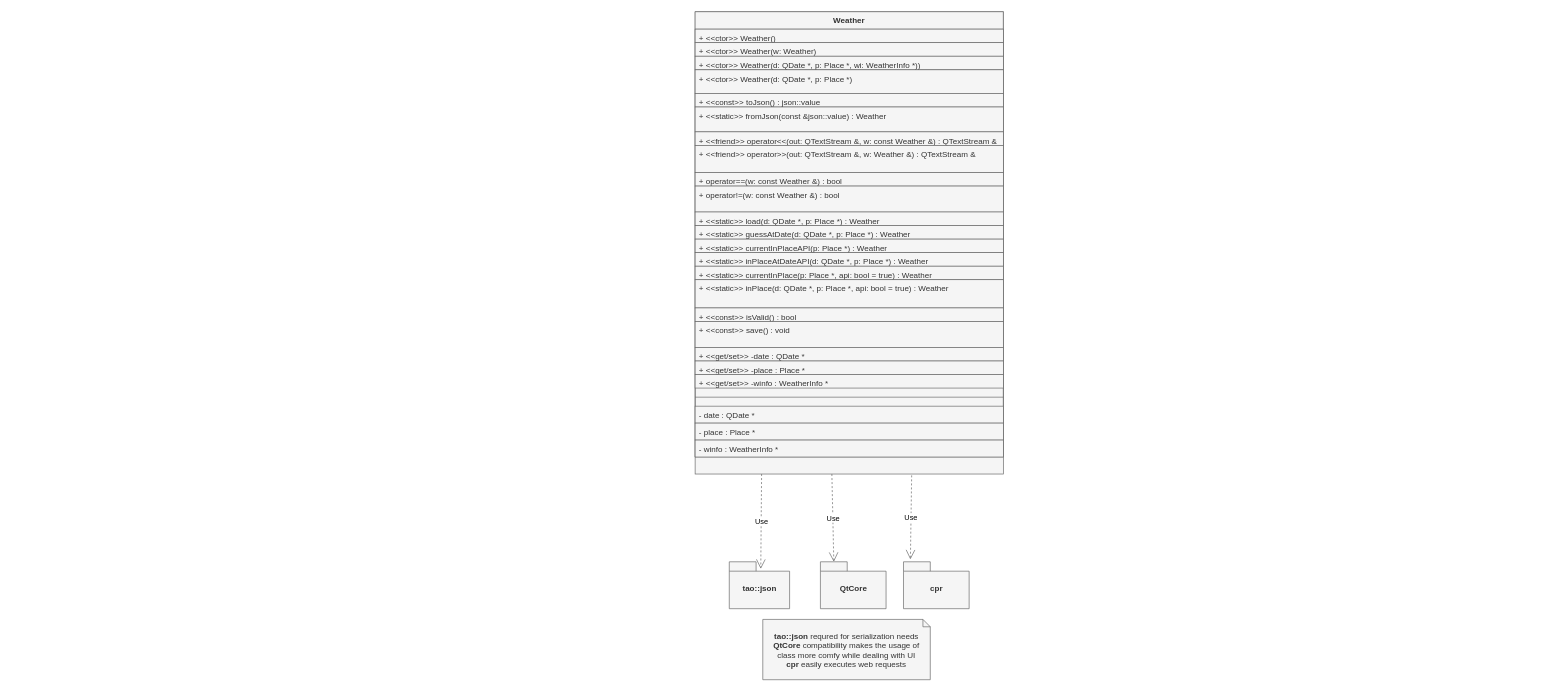
ghadd/WeatherApp keeps this draw.io diagram as uml/class_diagram.drawio. Above is the earlier version. Source tidied: cells renumbered, new cells numbered last; positions are measured from the earlier drawing's top-left corner, leaving out a move shared by most shapes. Both pictures are drawn from the tidied source at 67%, with x=0, y=0 at pixel (695, 11).
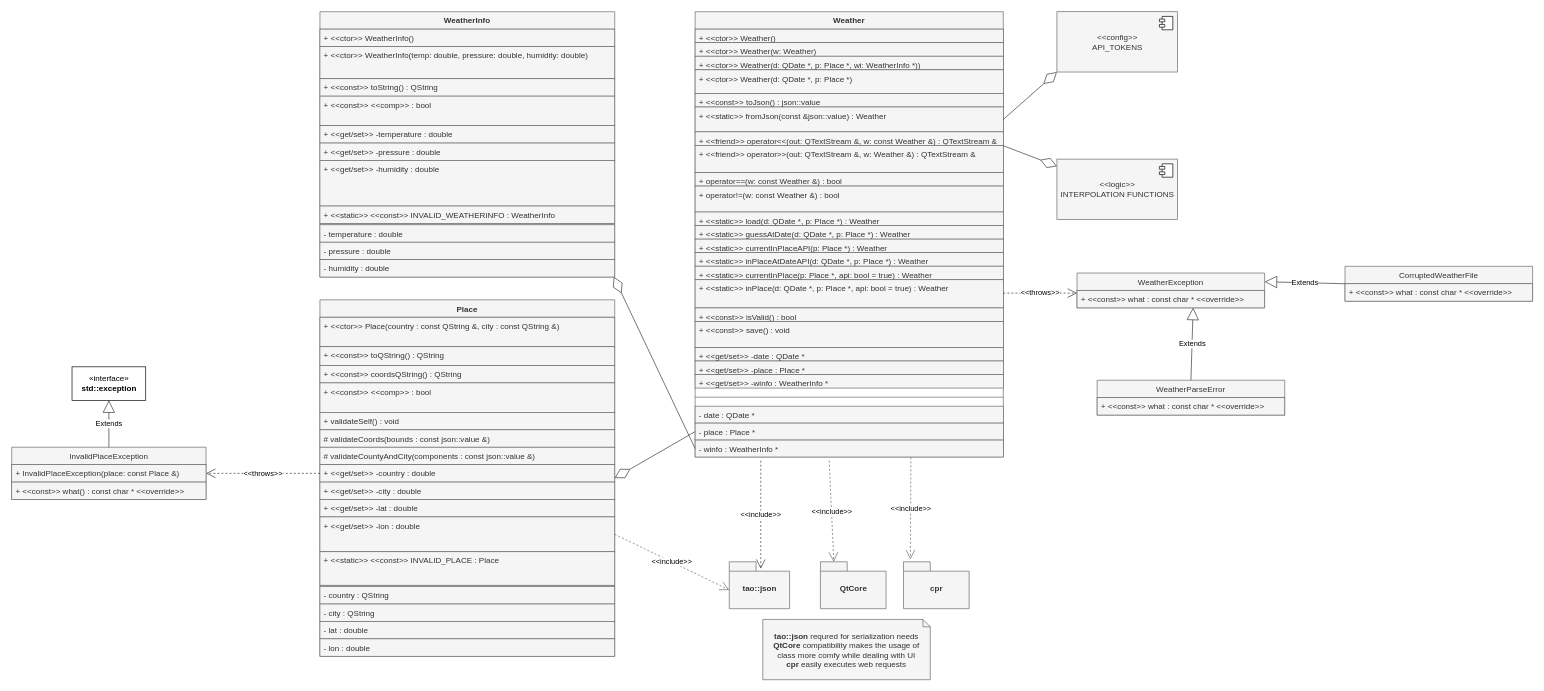
The same page after the edit.

Commit message (it also covers changes not shown here):
Adding custom Exceptions & UML'ing stuff up

Unchanged cells that the change refers to:
```xml
<mxCell id="2" style="group;" parent="1" vertex="1">
  <mxGeometry width="460" height="997" as="geometry" />
</mxCell>
<mxCell id="7" value="cpr" style="shape=folder;fontStyle=1;spacingTop=10;tabWidth=40;tabHeight=14;tabPosition=left;html=1;fillColor=#f5f5f5;strokeColor=#666666;fontColor=#333333;" parent="2" vertex="1">
  <mxGeometry x="311" y="821" width="98" height="70" as="geometry" />
</mxCell>
<mxCell id="8" value="QtCore" style="shape=folder;fontStyle=1;spacingTop=10;tabWidth=40;tabHeight=14;tabPosition=left;html=1;fillColor=#f5f5f5;strokeColor=#666666;fontColor=#333333;" parent="2" vertex="1">
  <mxGeometry x="187" y="821" width="98" height="70" as="geometry" />
</mxCell>
<mxCell id="9" value="tao::json" style="shape=folder;fontStyle=1;spacingTop=10;tabWidth=40;tabHeight=14;tabPosition=left;html=1;fillColor=#f5f5f5;strokeColor=#666666;fontColor=#333333;" parent="2" vertex="1">
  <mxGeometry x="51" y="821" width="90" height="70" as="geometry" />
</mxCell>
<mxCell id="17" value="+ &lt;&lt;static&gt;&gt; fromJson(const &amp;json::value) : Weather" style="text;strokeColor=#666666;fillColor=#f5f5f5;align=left;verticalAlign=top;spacingLeft=4;spacingRight=4;overflow=hidden;points=[[0,0.5],[1,0.5]];portConstraint=eastwest;fontColor=#333333;" parent="11" vertex="1">
  <mxGeometry y="142.2" width="460" height="37.1" as="geometry" />
</mxCell>
<mxCell id="35" value="- place : Place *" style="text;strokeColor=#666666;fillColor=#f5f5f5;align=left;verticalAlign=top;spacingLeft=4;spacingRight=4;overflow=hidden;points=[[0,0.5],[1,0.5]];portConstraint=eastwest;fontColor=#333333;" parent="11" vertex="1">
  <mxGeometry y="614" width="460" height="25.3" as="geometry" />
</mxCell>
<mxCell id="36" value="- winfo : WeatherInfo *" style="text;strokeColor=#666666;fillColor=#f5f5f5;align=left;verticalAlign=top;spacingLeft=4;spacingRight=4;overflow=hidden;points=[[0,0.5],[1,0.5]];portConstraint=eastwest;fontColor=#333333;" parent="11" vertex="1">
  <mxGeometry y="639.3" width="460" height="25.3" as="geometry" />
</mxCell>
```

Change to the diagram source:
```diff
@@
-    <mxCell id="3" style="group;fillColor=#f5f5f5;strokeColor=#666666;fontColor=#333333;" parent="2" vertex="1">
-      <mxGeometry width="460" height="690" as="geometry" />
-    </mxCell>
-    <mxCell id="4" value="Use" style="endArrow=open;endSize=12;dashed=1;html=1;entryX=0.522;entryY=0.15;entryDx=0;entryDy=0;entryPerimeter=0;exitX=0.17;exitY=0.967;exitDx=0;exitDy=0;exitPerimeter=0;fillColor=#f5f5f5;strokeColor=#666666;" parent="2" edge="1" target="9">
-      <mxGeometry relative="1" as="geometry">
-        <mxPoint x="99.2" y="690" as="sourcePoint" />
-      </mxGeometry>
+    <mxCell id="4" value="&amp;lt;&amp;lt;include&amp;gt;&amp;gt;" style="endArrow=open;endSize=12;dashed=1;html=1;entryX=0.522;entryY=0.15;entryDx=0;entryDy=0;entryPerimeter=0;exitX=0.213;exitY=1.216;exitDx=0;exitDy=0;exitPerimeter=0;fillColor=#eeeeee;strokeColor=#36393d;" parent="2" edge="1" source="36" target="9">
+      <mxGeometry relative="1" as="geometry" />
     </mxCell>
-    <mxCell id="5" value="Use" style="endArrow=open;endSize=12;dashed=1;html=1;entryX=0;entryY=0;entryDx=20;entryDy=0;entryPerimeter=0;exitX=0.398;exitY=0.967;exitDx=0;exitDy=0;exitPerimeter=0;fillColor=#f5f5f5;strokeColor=#666666;" parent="2" edge="1" target="8">
-      <mxGeometry relative="1" as="geometry">
-        <mxPoint x="204.1" y="690" as="sourcePoint" />
-      </mxGeometry>
+    <mxCell id="5" value="&amp;lt;&amp;lt;include&amp;gt;&amp;gt;" style="endArrow=open;endSize=12;dashed=1;html=1;entryX=0;entryY=0;entryDx=20;entryDy=0;entryPerimeter=0;exitX=0.435;exitY=1.216;exitDx=0;exitDy=0;exitPerimeter=0;fillColor=#f5f5f5;strokeColor=#666666;" parent="2" edge="1" source="36" target="8">
+      <mxGeometry relative="1" as="geometry" />
     </mxCell>
-    <mxCell id="6" value="Use" style="endArrow=open;endSize=12;dashed=1;html=1;entryX=0.105;entryY=-0.052;entryDx=0;entryDy=0;entryPerimeter=0;exitX=0.657;exitY=1.033;exitDx=0;exitDy=0;exitPerimeter=0;fillColor=#f5f5f5;strokeColor=#666666;" parent="2" edge="1" target="7">
-      <mxGeometry relative="1" as="geometry">
-        <mxPoint x="323.2" y="692" as="sourcePoint" />
-      </mxGeometry>
+    <mxCell id="6" value="&amp;lt;&amp;lt;include&amp;gt;&amp;gt;" style="endArrow=open;endSize=12;dashed=1;html=1;entryX=0.105;entryY=-0.052;entryDx=0;entryDy=0;entryPerimeter=0;fillColor=#f5f5f5;strokeColor=#666666;exitX=0.7;exitY=1.018;exitDx=0;exitDy=0;exitPerimeter=0;" parent="2" edge="1" source="36" target="7">
+      <mxGeometry relative="1" as="geometry" />
     </mxCell>
@@
+    <mxCell id="37" value="WeatherInfo" style="swimlane;fontStyle=1;align=center;verticalAlign=top;horizontal=1;startSize=26;fontColor=#333333;fillColor=#F5F5F5;strokeColor=#666666;" parent="1" vertex="1">
+      <mxGeometry x="-560" width="440" height="396" as="geometry" />
+    </mxCell>
+    <mxCell id="38" value="+ &lt;&lt;ctor&gt;&gt; WeatherInfo()" style="text;align=left;verticalAlign=top;spacingLeft=4;spacingRight=4;overflow=hidden;fontColor=#333333;fillColor=#F5F5F5;strokeColor=#666666;" parent="37" vertex="1">
+      <mxGeometry y="26" width="440" height="26" as="geometry" />
+    </mxCell>
+    <mxCell id="39" value="+ &lt;&lt;ctor&gt;&gt; WeatherInfo(temp: double, pressure: double, humidity: double)" style="text;align=left;verticalAlign=top;spacingLeft=4;spacingRight=4;overflow=hidden;fontColor=#333333;fillColor=#F5F5F5;strokeColor=#666666;" parent="37" vertex="1">
+      <mxGeometry y="52" width="440" height="48" as="geometry" />
+    </mxCell>
+    <mxCell id="40" value="+ &lt;&lt;const&gt;&gt; toString() : QString" style="text;align=left;verticalAlign=top;spacingLeft=4;spacingRight=4;overflow=hidden;fontColor=#333333;fillColor=#F5F5F5;strokeColor=#666666;" parent="37" vertex="1">
+      <mxGeometry y="100" width="440" height="26" as="geometry" />
+    </mxCell>
+    <mxCell id="41" value="+ &lt;&lt;const&gt;&gt; &lt;&lt;comp&gt;&gt; : bool" style="text;align=left;verticalAlign=top;spacingLeft=4;spacingRight=4;overflow=hidden;fontColor=#333333;fillColor=#F5F5F5;strokeColor=#666666;" parent="37" vertex="1">
+      <mxGeometry y="126" width="440" height="44" as="geometry" />
+    </mxCell>
+    <mxCell id="42" value="+ &lt;&lt;get/set&gt;&gt; -temperature : double" style="text;align=left;verticalAlign=top;spacingLeft=4;spacingRight=4;overflow=hidden;fontColor=#333333;fillColor=#F5F5F5;strokeColor=#666666;" parent="37" vertex="1">
+      <mxGeometry y="170" width="440" height="26" as="geometry" />
+    </mxCell>
+    <mxCell id="43" value="+ &lt;&lt;get/set&gt;&gt; -pressure : double" style="text;align=left;verticalAlign=top;spacingLeft=4;spacingRight=4;overflow=hidden;fontColor=#333333;fillColor=#F5F5F5;strokeColor=#666666;" parent="37" vertex="1">
+      <mxGeometry y="196" width="440" height="26" as="geometry" />
+    </mxCell>
+    <mxCell id="44" value="+ &lt;&lt;get/set&gt;&gt; -humidity : double" style="text;align=left;verticalAlign=top;spacingLeft=4;spacingRight=4;overflow=hidden;fontColor=#333333;fillColor=#F5F5F5;strokeColor=#666666;" parent="37" vertex="1">
+      <mxGeometry y="222" width="440" height="68" as="geometry" />
+    </mxCell>
+    <mxCell id="45" value="+ &lt;&lt;static&gt;&gt; &lt;&lt;const&gt;&gt; INVALID_WEATHERINFO : WeatherInfo" style="text;align=left;verticalAlign=top;spacingLeft=4;spacingRight=4;overflow=hidden;fontColor=#333333;fillColor=#F5F5F5;strokeColor=#666666;" parent="37" vertex="1">
+      <mxGeometry y="290" width="440" height="26" as="geometry" />
+    </mxCell>
+    <mxCell id="46" style="line;strokeWidth=1;align=left;verticalAlign=middle;spacingTop=-1;spacingLeft=3;spacingRight=3;labelPosition=right;fontColor=#333333;fillColor=#F5F5F5;strokeColor=#666666;" parent="37" vertex="1">
+      <mxGeometry y="316" width="440" height="2" as="geometry" />
+    </mxCell>
+    <mxCell id="47" value="- temperature : double" style="text;align=left;verticalAlign=top;spacingLeft=4;spacingRight=4;overflow=hidden;fontColor=#333333;fillColor=#F5F5F5;strokeColor=#666666;" parent="37" vertex="1">
+      <mxGeometry y="318" width="440" height="26" as="geometry" />
+    </mxCell>
+    <mxCell id="48" value="- pressure : double" style="text;align=left;verticalAlign=top;spacingLeft=4;spacingRight=4;overflow=hidden;fontColor=#333333;fillColor=#F5F5F5;strokeColor=#666666;" parent="37" vertex="1">
+      <mxGeometry y="344" width="440" height="26" as="geometry" />
+    </mxCell>
+    <mxCell id="49" value="- humidity : double" style="text;align=left;verticalAlign=top;spacingLeft=4;spacingRight=4;overflow=hidden;points=[[0,0.5],[1,0.5]];portConstraint=eastwest;fontColor=#333333;fillColor=#F5F5F5;strokeColor=#666666;" parent="37" vertex="1">
+      <mxGeometry y="370" width="440" height="26" as="geometry" />
+    </mxCell>
+    <mxCell id="50" style="endArrow=diamondThin;endFill=0;endSize=24;html=1;fontColor=#333333;entryX=0.997;entryY=0.994;entryDx=0;entryDy=0;entryPerimeter=0;exitX=0;exitY=0.5;exitDx=0;exitDy=0;strokeColor=#333333;" parent="1" edge="1" source="36" target="49">
+      <mxGeometry relative="1" as="geometry" />
+    </mxCell>
+    <mxCell id="51" value="Place" style="swimlane;fontStyle=1;align=center;verticalAlign=top;horizontal=1;startSize=26;fontColor=#333333;fillColor=#F5F5F5;strokeColor=#666666;" parent="1" vertex="1">
+      <mxGeometry x="-560" y="430" width="440" height="532" as="geometry" />
+    </mxCell>
+    <mxCell id="52" value="+ &lt;&lt;ctor&gt;&gt; Place(country : const QString &amp;, city : const QString &amp;)" style="text;align=left;verticalAlign=top;spacingLeft=4;spacingRight=4;overflow=hidden;fontColor=#333333;fillColor=#F5F5F5;strokeColor=#666666;" parent="51" vertex="1">
+      <mxGeometry y="26" width="440" height="44" as="geometry" />
+    </mxCell>
+    <mxCell id="53" value="+ &lt;&lt;const&gt;&gt; toQString() : QString" style="text;align=left;verticalAlign=top;spacingLeft=4;spacingRight=4;overflow=hidden;fontColor=#333333;fillColor=#F5F5F5;strokeColor=#666666;" parent="51" vertex="1">
+      <mxGeometry y="70" width="440" height="28" as="geometry" />
+    </mxCell>
+    <mxCell id="54" value="+ &lt;&lt;const&gt;&gt; coordsQString() : QString" style="text;align=left;verticalAlign=top;spacingLeft=4;spacingRight=4;overflow=hidden;fontColor=#333333;fillColor=#F5F5F5;strokeColor=#666666;" parent="51" vertex="1">
+      <mxGeometry y="98" width="440" height="26" as="geometry" />
+    </mxCell>
+    <mxCell id="55" value="+ &lt;&lt;const&gt;&gt; &lt;&lt;comp&gt;&gt; : bool" style="text;align=left;verticalAlign=top;spacingLeft=4;spacingRight=4;overflow=hidden;fontColor=#333333;fillColor=#F5F5F5;strokeColor=#666666;" parent="51" vertex="1">
+      <mxGeometry y="124" width="440" height="44" as="geometry" />
+    </mxCell>
+    <mxCell id="56" value="+ validateSelf() : void" style="text;align=left;verticalAlign=top;spacingLeft=4;spacingRight=4;overflow=hidden;fontColor=#333333;fillColor=#F5F5F5;strokeColor=#666666;" parent="51" vertex="1">
+      <mxGeometry y="168" width="440" height="26" as="geometry" />
+    </mxCell>
+    <mxCell id="57" value="# validateCoords(bounds : const json::value &amp;)" style="text;align=left;verticalAlign=top;spacingLeft=4;spacingRight=4;overflow=hidden;fontColor=#333333;fillColor=#F5F5F5;strokeColor=#666666;" parent="51" vertex="1">
+      <mxGeometry y="194" width="440" height="26" as="geometry" />
+    </mxCell>
+    <mxCell id="58" value="# validateCountyAndCity(components : const json::value &amp;)" style="text;align=left;verticalAlign=top;spacingLeft=4;spacingRight=4;overflow=hidden;fontColor=#333333;fillColor=#F5F5F5;strokeColor=#666666;" parent="51" vertex="1">
+      <mxGeometry y="220" width="440" height="26" as="geometry" />
+    </mxCell>
+    <mxCell id="59" value="+ &lt;&lt;get/set&gt;&gt; -country : double" style="text;align=left;verticalAlign=top;spacingLeft=4;spacingRight=4;overflow=hidden;points=[[0,0.5],[1,0.5]];portConstraint=eastwest;fontColor=#333333;fillColor=#F5F5F5;strokeColor=#666666;" parent="51" vertex="1">
+      <mxGeometry y="246" width="440" height="26" as="geometry" />
+    </mxCell>
+    <mxCell id="60" value="+ &lt;&lt;get/set&gt;&gt; -city : double" style="text;align=left;verticalAlign=top;spacingLeft=4;spacingRight=4;overflow=hidden;fontColor=#333333;fillColor=#F5F5F5;strokeColor=#666666;" parent="51" vertex="1">
+      <mxGeometry y="272" width="440" height="26" as="geometry" />
+    </mxCell>
+    <mxCell id="61" value="+ &lt;&lt;get/set&gt;&gt; -lat : double" style="text;align=left;verticalAlign=top;spacingLeft=4;spacingRight=4;overflow=hidden;fontColor=#333333;fillColor=#F5F5F5;strokeColor=#666666;" parent="51" vertex="1">
+      <mxGeometry y="298" width="440" height="26" as="geometry" />
+    </mxCell>
+    <mxCell id="62" value="+ &lt;&lt;get/set&gt;&gt; -lon : double" style="text;align=left;verticalAlign=top;spacingLeft=4;spacingRight=4;overflow=hidden;points=[[0,0.5],[1,0.5]];portConstraint=eastwest;fontColor=#333333;fillColor=#F5F5F5;strokeColor=#666666;" parent="51" vertex="1">
+      <mxGeometry y="324" width="440" height="52" as="geometry" />
+    </mxCell>
+    <mxCell id="63" value="+ &lt;&lt;static&gt;&gt; &lt;&lt;const&gt;&gt; INVALID_PLACE : Place" style="text;align=left;verticalAlign=top;spacingLeft=4;spacingRight=4;overflow=hidden;fontColor=#333333;fillColor=#F5F5F5;strokeColor=#666666;" parent="51" vertex="1">
+      <mxGeometry y="376" width="440" height="50" as="geometry" />
+    </mxCell>
+    <mxCell id="64" style="line;strokeWidth=1;align=left;verticalAlign=middle;spacingTop=-1;spacingLeft=3;spacingRight=3;labelPosition=right;fontColor=#333333;fillColor=#F5F5F5;strokeColor=#666666;" parent="51" vertex="1">
+      <mxGeometry y="426" width="440" height="2" as="geometry" />
+    </mxCell>
+    <mxCell id="65" value="- country : QString" style="text;align=left;verticalAlign=top;spacingLeft=4;spacingRight=4;overflow=hidden;fontColor=#333333;fillColor=#F5F5F5;strokeColor=#666666;" parent="51" vertex="1">
+      <mxGeometry y="428" width="440" height="26" as="geometry" />
+    </mxCell>
+    <mxCell id="66" value="- city : QString" style="text;align=left;verticalAlign=top;spacingLeft=4;spacingRight=4;overflow=hidden;fontColor=#333333;fillColor=#F5F5F5;strokeColor=#666666;" parent="51" vertex="1">
+      <mxGeometry y="454" width="440" height="26" as="geometry" />
+    </mxCell>
+    <mxCell id="67" value="- lat : double" style="text;align=left;verticalAlign=top;spacingLeft=4;spacingRight=4;overflow=hidden;fontColor=#333333;fillColor=#F5F5F5;strokeColor=#666666;" parent="51" vertex="1">
+      <mxGeometry y="480" width="440" height="26" as="geometry" />
+    </mxCell>
+    <mxCell id="68" value="- lon : double" style="text;align=left;verticalAlign=top;spacingLeft=4;spacingRight=4;overflow=hidden;fontColor=#333333;fillColor=#F5F5F5;strokeColor=#666666;" parent="51" vertex="1">
+      <mxGeometry y="506" width="440" height="26" as="geometry" />
+    </mxCell>
+    <mxCell id="69" style="endArrow=diamondThin;endFill=0;endSize=24;html=1;strokeColor=#333333;fontColor=#333333;exitX=0;exitY=0.5;exitDx=0;exitDy=0;entryX=1;entryY=0.5;entryDx=0;entryDy=0;" parent="1" edge="1" source="35" target="51">
+      <mxGeometry relative="1" as="geometry" />
+    </mxCell>
+    <mxCell id="70" value="&amp;lt;&amp;lt;include&amp;gt;&amp;gt;" style="endArrow=open;endSize=12;dashed=1;html=1;entryX=0;entryY=0;entryDx=0;entryDy=42;entryPerimeter=0;fillColor=#f5f5f5;strokeColor=#666666;exitX=1;exitY=0.5;exitDx=0;exitDy=0;" parent="1" edge="1" source="62" target="9">
+      <mxGeometry relative="1" as="geometry" />
+    </mxCell>
+    <mxCell id="71" value="&amp;lt;&amp;lt;config&amp;gt;&amp;gt;&lt;br&gt;API_TOKENS" style="html=1;strokeColor=#666666;fillColor=#F5F5F5;gradientColor=none;fontColor=#333333;" parent="1" vertex="1">
+      <mxGeometry x="540" width="180" height="90" as="geometry" />
+    </mxCell>
+    <mxCell id="72" style="shape=module;jettyWidth=8;jettyHeight=4;" parent="71" vertex="1">
+      <mxGeometry x="1" width="20" height="20" relative="1" as="geometry">
+        <mxPoint x="-27" y="7" as="offset" />
+      </mxGeometry>
+    </mxCell>
+    <mxCell id="73" style="endArrow=diamondThin;endFill=0;endSize=24;html=1;strokeColor=#333333;fontColor=#333333;exitX=1;exitY=0.5;exitDx=0;exitDy=0;entryX=0;entryY=1;entryDx=0;entryDy=0;" parent="1" edge="1" source="17" target="71">
+      <mxGeometry relative="1" as="geometry" />
+    </mxCell>
+    <mxCell id="74" value="&amp;lt;&amp;lt;logic&amp;gt;&amp;gt;&lt;br&gt;INTERPOLATION FUNCTIONS" style="html=1;strokeColor=#666666;fillColor=#F5F5F5;gradientColor=none;fontColor=#333333;" parent="1" vertex="1">
+      <mxGeometry x="540" y="220" width="180" height="90" as="geometry" />
+    </mxCell>
+    <mxCell id="75" style="shape=module;jettyWidth=8;jettyHeight=4;" parent="74" vertex="1">
+      <mxGeometry x="1" width="20" height="20" relative="1" as="geometry">
+        <mxPoint x="-27" y="7" as="offset" />
+      </mxGeometry>
+    </mxCell>
+    <mxCell id="76" style="endArrow=diamondThin;endFill=0;endSize=24;html=1;strokeColor=#333333;fontColor=#333333;" parent="1" edge="1" target="74">
+      <mxGeometry relative="1" as="geometry">
+        <mxPoint x="460" y="200" as="sourcePoint" />
+      </mxGeometry>
+    </mxCell>
+    <mxCell id="77" value="WeatherException" style="swimlane;fontStyle=0;horizontal=1;startSize=26;fillColor=#f5f5f5;strokeColor=#666666;fontColor=#333333;" parent="1" vertex="1">
+      <mxGeometry x="570" y="390" width="280" height="52" as="geometry" />
+    </mxCell>
+    <mxCell id="78" value="+ &lt;&lt;const&gt;&gt; what : const char * &lt;&lt;override&gt;&gt;" style="text;strokeColor=#666666;fillColor=#f5f5f5;align=left;verticalAlign=top;spacingLeft=4;spacingRight=4;overflow=hidden;points=[[0,0.5],[1,0.5]];portConstraint=eastwest;fontColor=#333333;" parent="77" vertex="1">
+      <mxGeometry y="26" width="280" height="26" as="geometry" />
+    </mxCell>
+    <mxCell id="79" value="WeatherParseError" style="swimlane;fontStyle=0;horizontal=1;startSize=26;fillColor=#f5f5f5;strokeColor=#666666;fontColor=#333333;" parent="1" vertex="1">
+      <mxGeometry x="600" y="550" width="280" height="52" as="geometry" />
+    </mxCell>
+    <mxCell id="80" value="+ &lt;&lt;const&gt;&gt; what : const char * &lt;&lt;override&gt;&gt;" style="text;strokeColor=#666666;fillColor=#f5f5f5;align=left;verticalAlign=top;spacingLeft=4;spacingRight=4;overflow=hidden;fontColor=#333333;" parent="79" vertex="1">
+      <mxGeometry y="26" width="280" height="26" as="geometry" />
+    </mxCell>
+    <mxCell id="81" value="CorruptedWeatherFile" style="swimlane;fontStyle=0;horizontal=1;startSize=26;fillColor=#f5f5f5;strokeColor=#666666;fontColor=#333333;" parent="1" vertex="1">
+      <mxGeometry x="970" y="380" width="280" height="52" as="geometry" />
+    </mxCell>
+    <mxCell id="82" value="+ &lt;&lt;const&gt;&gt; what : const char * &lt;&lt;override&gt;&gt;" style="text;strokeColor=#666666;fillColor=#f5f5f5;align=left;verticalAlign=top;spacingLeft=4;spacingRight=4;overflow=hidden;fontColor=#333333;" parent="81" vertex="1">
+      <mxGeometry y="26" width="280" height="26" as="geometry" />
+    </mxCell>
+    <mxCell id="83" value="Extends" style="endArrow=block;endSize=16;endFill=0;html=1;strokeColor=#333333;exitX=0.5;exitY=0;exitDx=0;exitDy=0;entryX=0.619;entryY=0.989;entryDx=0;entryDy=0;entryPerimeter=0;" parent="1" edge="1" source="79" target="78">
+      <mxGeometry relative="1" as="geometry" />
+    </mxCell>
+    <mxCell id="84" value="Extends" style="endArrow=block;endSize=16;endFill=0;html=1;strokeColor=#333333;exitX=0;exitY=0.5;exitDx=0;exitDy=0;entryX=1;entryY=0.25;entryDx=0;entryDy=0;" parent="1" edge="1" source="81" target="77">
+      <mxGeometry relative="1" as="geometry" />
+    </mxCell>
+    <mxCell id="85" value="&amp;lt;&amp;lt;throws&amp;gt;&amp;gt;" style="endArrow=open;endSize=12;dashed=1;html=1;strokeColor=#333333;" parent="1" edge="1">
+      <mxGeometry relative="1" as="geometry">
+        <mxPoint x="460" y="420" as="sourcePoint" />
+        <mxPoint x="570" y="420" as="targetPoint" />
+        <Array as="points">
+          <mxPoint x="540" y="420" />
+        </Array>
+      </mxGeometry>
+    </mxCell>
+    <mxCell id="86" value="InvalidPlaceException" style="swimlane;fontStyle=0;horizontal=1;startSize=26;fillColor=#f5f5f5;strokeColor=#666666;fontColor=#333333;" parent="1" vertex="1">
+      <mxGeometry x="-1020" y="650" width="290" height="78" as="geometry" />
+    </mxCell>
+    <mxCell id="87" value="+ InvalidPlaceException(place: const Place &amp;)" style="text;strokeColor=#666666;fillColor=#f5f5f5;align=left;verticalAlign=top;spacingLeft=4;spacingRight=4;overflow=hidden;points=[[0,0.5],[1,0.5]];portConstraint=eastwest;fontColor=#333333;" parent="86" vertex="1">
+      <mxGeometry y="26" width="290" height="26" as="geometry" />
+    </mxCell>
+    <mxCell id="88" value="+ &lt;&lt;const&gt;&gt; what() : const char * &lt;&lt;override&gt;&gt;" style="text;strokeColor=#666666;fillColor=#f5f5f5;align=left;verticalAlign=top;spacingLeft=4;spacingRight=4;overflow=hidden;fontColor=#333333;" parent="86" vertex="1">
+      <mxGeometry y="52" width="290" height="26" as="geometry" />
+    </mxCell>
+    <mxCell id="89" value="&amp;lt;&amp;lt;throws&amp;gt;&amp;gt;" style="endArrow=open;endSize=12;dashed=1;html=1;strokeColor=#333333;exitX=0;exitY=0.5;exitDx=0;exitDy=0;entryX=1;entryY=0.5;entryDx=0;entryDy=0;" parent="1" edge="1" source="59" target="87">
+      <mxGeometry relative="1" as="geometry" />
+    </mxCell>
+    <mxCell id="90" value="Extends" style="endArrow=block;endSize=16;endFill=0;html=1;strokeColor=#333333;exitX=0.5;exitY=0;exitDx=0;exitDy=0;" parent="1" edge="1" source="86">
+      <mxGeometry relative="1" as="geometry">
+        <mxPoint x="-875" y="580" as="targetPoint" />
+      </mxGeometry>
+    </mxCell>
+    <mxCell id="91" value="«interface»&lt;br&gt;&lt;b&gt;std::exception&lt;/b&gt;" style="html=1;" parent="1" vertex="1">
+      <mxGeometry x="-930" y="530" width="110" height="50" as="geometry" />
+    </mxCell>
```
